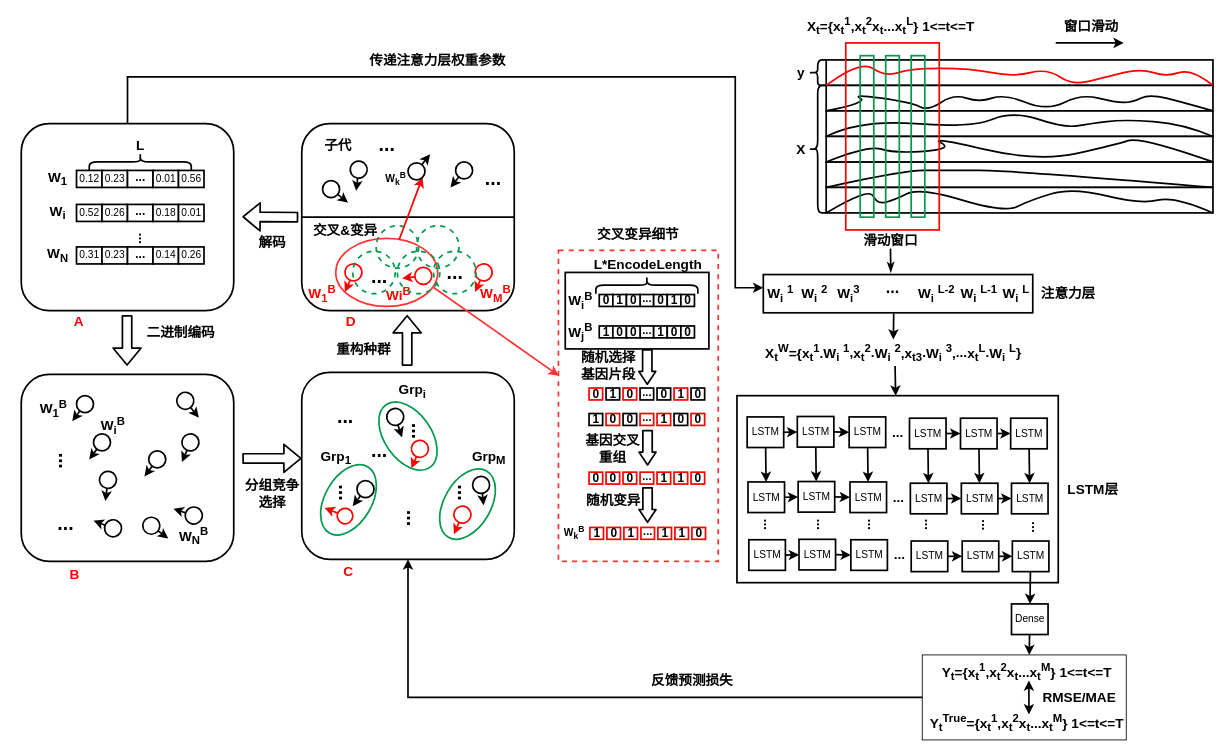
Earlier version of the draw.io diagram EA-LSTM流程图.drawio (Pcyslist/MY_EA-LSTM). Source tidied: cells renumbered, new cells numbered last; positions are measured from the earlier drawing's top-left corner, leaving out a move shared by most shapes. Both pictures are drawn from the tidied source at 85%, with x=0, y=0 at pixel (21, 17).
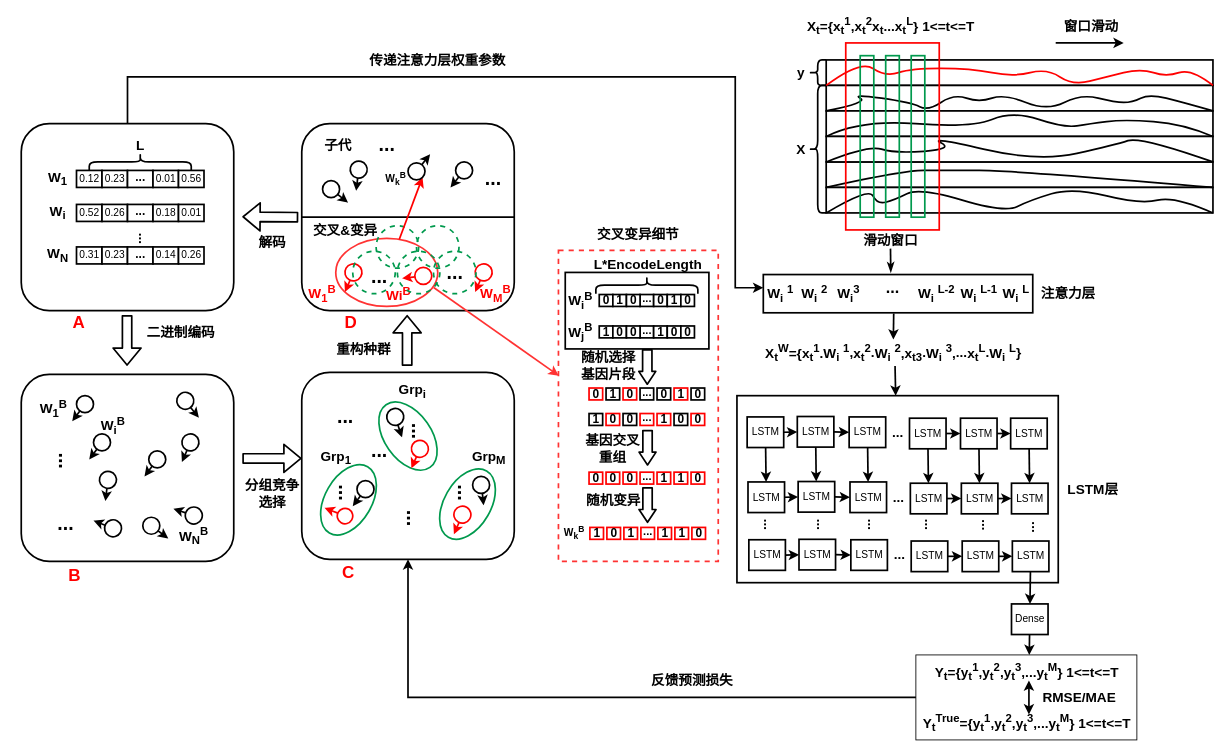
The same diagram, later.

Change to the diagram source:
```diff
@@
-    <mxCell id="289" value="&lt;span style=&quot;font-size: 16px&quot;&gt;&lt;b&gt;Y&lt;sub&gt;t&lt;/sub&gt;={x&lt;sub&gt;t&lt;/sub&gt;&lt;sup&gt;1&lt;/sup&gt;,&lt;/b&gt;&lt;/span&gt;&lt;b style=&quot;font-size: 16px&quot;&gt;x&lt;sub&gt;t&lt;/sub&gt;&lt;sup&gt;2&lt;/sup&gt;&lt;/b&gt;&lt;b style=&quot;font-size: 16px&quot;&gt;x&lt;sub&gt;t&lt;/sub&gt;...&lt;/b&gt;&lt;b style=&quot;font-size: 16px&quot;&gt;x&lt;sub&gt;t&lt;/sub&gt;&lt;sup&gt;M&lt;/sup&gt;} 1&amp;lt;=t&amp;lt;=T&amp;nbsp;&lt;/b&gt;&lt;span style=&quot;font-size: 16px&quot;&gt;&lt;b&gt;&lt;br&gt;&lt;/b&gt;&lt;/span&gt;" style="text;html=1;strokeColor=none;fillColor=none;align=center;verticalAlign=middle;whiteSpace=wrap;rounded=0;" parent="1" vertex="1">
+    <mxCell id="289" value="&lt;span style=&quot;font-size: 16px&quot;&gt;&lt;b&gt;Y&lt;sub&gt;t&lt;/sub&gt;={y&lt;sub&gt;t&lt;/sub&gt;&lt;sup&gt;1&lt;/sup&gt;,y&lt;/b&gt;&lt;/span&gt;&lt;b style=&quot;font-size: 16px&quot;&gt;&lt;sub&gt;t&lt;/sub&gt;&lt;sup&gt;2&lt;/sup&gt;,&lt;/b&gt;&lt;b style=&quot;font-size: 16px&quot;&gt;y&lt;sub&gt;t&lt;/sub&gt;&lt;sup&gt;3&lt;/sup&gt;,...&lt;/b&gt;&lt;b style=&quot;font-size: 16px&quot;&gt;y&lt;sub&gt;t&lt;/sub&gt;&lt;sup&gt;M&lt;/sup&gt;} 1&amp;lt;=t&amp;lt;=T&amp;nbsp;&lt;/b&gt;&lt;span style=&quot;font-size: 16px&quot;&gt;&lt;b&gt;&lt;br&gt;&lt;/b&gt;&lt;/span&gt;" style="text;html=1;strokeColor=none;fillColor=none;align=center;verticalAlign=middle;whiteSpace=wrap;rounded=0;" parent="1" vertex="1">
       <mxGeometry x="1020" y="760" width="330" height="20" as="geometry" />
     </mxCell>
@@
-    <mxCell id="291" value="&lt;span style=&quot;font-size: 16px&quot;&gt;&lt;b&gt;Y&lt;sub&gt;t&lt;/sub&gt;&lt;sup&gt;True&lt;/sup&gt;={x&lt;sub&gt;t&lt;/sub&gt;&lt;sup&gt;1&lt;/sup&gt;,&lt;/b&gt;&lt;/span&gt;&lt;b style=&quot;font-size: 16px&quot;&gt;x&lt;sub&gt;t&lt;/sub&gt;&lt;sup&gt;2&lt;/sup&gt;&lt;/b&gt;&lt;b style=&quot;font-size: 16px&quot;&gt;x&lt;sub&gt;t&lt;/sub&gt;...&lt;/b&gt;&lt;b style=&quot;font-size: 16px&quot;&gt;x&lt;sub&gt;t&lt;/sub&gt;&lt;sup&gt;M&lt;/sup&gt;} 1&amp;lt;=t&amp;lt;=T&amp;nbsp;&lt;/b&gt;&lt;span style=&quot;font-size: 16px&quot;&gt;&lt;b&gt;&lt;br&gt;&lt;/b&gt;&lt;/span&gt;" style="text;html=1;strokeColor=none;fillColor=none;align=center;verticalAlign=middle;whiteSpace=wrap;rounded=0;" parent="1" vertex="1">
+    <mxCell id="291" value="&lt;span style=&quot;font-size: 16px&quot;&gt;&lt;b&gt;Y&lt;sub&gt;t&lt;/sub&gt;&lt;sup&gt;True&lt;/sup&gt;={y&lt;sub&gt;t&lt;/sub&gt;&lt;sup&gt;1&lt;/sup&gt;,&lt;/b&gt;&lt;/span&gt;&lt;b style=&quot;font-size: 16px&quot;&gt;y&lt;sub&gt;t&lt;/sub&gt;&lt;sup&gt;2&lt;/sup&gt;,&lt;/b&gt;&lt;b style=&quot;font-size: 16px&quot;&gt;y&lt;sub&gt;t&lt;/sub&gt;&lt;sup&gt;3&lt;/sup&gt;,...&lt;/b&gt;&lt;b style=&quot;font-size: 16px&quot;&gt;y&lt;sub&gt;t&lt;/sub&gt;&lt;sup&gt;M&lt;/sup&gt;} 1&amp;lt;=t&amp;lt;=T&amp;nbsp;&lt;/b&gt;&lt;span style=&quot;font-size: 16px&quot;&gt;&lt;b&gt;&lt;br&gt;&lt;/b&gt;&lt;/span&gt;" style="text;html=1;strokeColor=none;fillColor=none;align=center;verticalAlign=middle;whiteSpace=wrap;rounded=0;" parent="1" vertex="1">
       <mxGeometry x="1020" y="820" width="330" height="20" as="geometry" />
     </mxCell>
@@
     <mxCell id="294" style="rounded=0;whiteSpace=wrap;html=1;strokeColor=#000000;strokeWidth=1;fillColor=none;" parent="1" vertex="1">
-      <mxGeometry x="1059.5" y="750" width="240" height="100" as="geometry" />
+      <mxGeometry x="1052" y="750" width="260" height="100" as="geometry" />
     </mxCell>
@@
-    <mxCell id="298" value="&lt;b style=&quot;font-size: 16px&quot;&gt;&lt;font color=&quot;#ff0000&quot;&gt;A&lt;/font&gt;&lt;/b&gt;" style="text;html=1;strokeColor=none;fillColor=none;align=center;verticalAlign=middle;whiteSpace=wrap;rounded=0;" parent="1" vertex="1">
+    <mxCell id="298" value="&lt;b&gt;&lt;font color=&quot;#ff0000&quot; style=&quot;font-size: 20px&quot;&gt;A&lt;/font&gt;&lt;/b&gt;" style="text;html=1;strokeColor=none;fillColor=none;align=center;verticalAlign=middle;whiteSpace=wrap;rounded=0;" parent="1" vertex="1">
       <mxGeometry x="24.5" y="347.5" width="85" height="20" as="geometry" />
     </mxCell>
-    <mxCell id="299" value="&lt;b style=&quot;font-size: 16px&quot;&gt;&lt;font color=&quot;#ff0000&quot;&gt;B&lt;/font&gt;&lt;/b&gt;" style="text;html=1;strokeColor=none;fillColor=none;align=center;verticalAlign=middle;whiteSpace=wrap;rounded=0;" parent="1" vertex="1">
+    <mxCell id="299" value="&lt;b&gt;&lt;font color=&quot;#ff0000&quot; style=&quot;font-size: 20px&quot;&gt;B&lt;/font&gt;&lt;/b&gt;" style="text;html=1;strokeColor=none;fillColor=none;align=center;verticalAlign=middle;whiteSpace=wrap;rounded=0;" parent="1" vertex="1">
       <mxGeometry x="19.5" y="645" width="85" height="20" as="geometry" />
     </mxCell>
-    <mxCell id="300" value="&lt;font color=&quot;#ff0000&quot;&gt;&lt;span style=&quot;font-size: 16px&quot;&gt;&lt;b&gt;C&lt;/b&gt;&lt;/span&gt;&lt;/font&gt;" style="text;html=1;strokeColor=none;fillColor=none;align=center;verticalAlign=middle;whiteSpace=wrap;rounded=0;" parent="1" vertex="1">
+    <mxCell id="300" value="&lt;font color=&quot;#ff0000&quot; size=&quot;1&quot;&gt;&lt;b style=&quot;font-size: 20px&quot;&gt;C&lt;/b&gt;&lt;/font&gt;" style="text;html=1;strokeColor=none;fillColor=none;align=center;verticalAlign=middle;whiteSpace=wrap;rounded=0;" parent="1" vertex="1">
       <mxGeometry x="342" y="642" width="85" height="20" as="geometry" />
     </mxCell>
-    <mxCell id="301" value="&lt;font color=&quot;#ff0000&quot;&gt;&lt;span style=&quot;font-size: 16px&quot;&gt;&lt;b&gt;D&lt;/b&gt;&lt;/span&gt;&lt;/font&gt;" style="text;html=1;strokeColor=none;fillColor=none;align=center;verticalAlign=middle;whiteSpace=wrap;rounded=0;" parent="1" vertex="1">
+    <mxCell id="301" value="&lt;font color=&quot;#ff0000&quot; size=&quot;1&quot;&gt;&lt;b style=&quot;font-size: 20px&quot;&gt;D&lt;/b&gt;&lt;/font&gt;" style="text;html=1;strokeColor=none;fillColor=none;align=center;verticalAlign=middle;whiteSpace=wrap;rounded=0;" parent="1" vertex="1">
       <mxGeometry x="344.5" y="347.5" width="85" height="20" as="geometry" />
     </mxCell>
```
